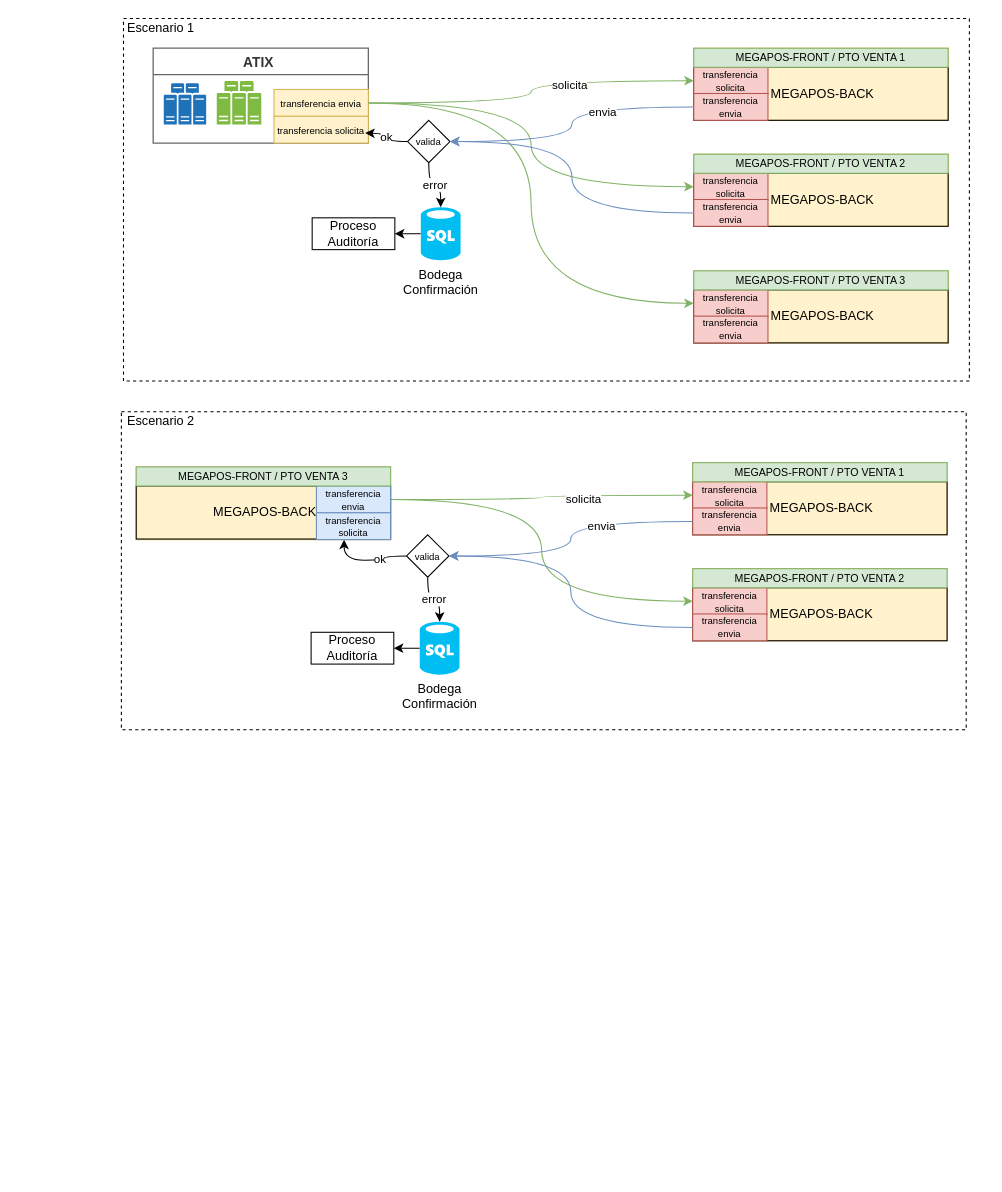
This is page "Transferencias" (7 of 7) of arquitectura-megaprofer.drawio from whuera/arquitectura-megaprofer, a draw.io file, before an edit. Source tidied: cells renumbered, new cells numbered last; positions are measured from the earlier drawing's top-left corner, leaving out a move shared by most shapes. Both pictures are drawn from the tidied source at 106%, with x=0, y=0 at pixel (121, 18).
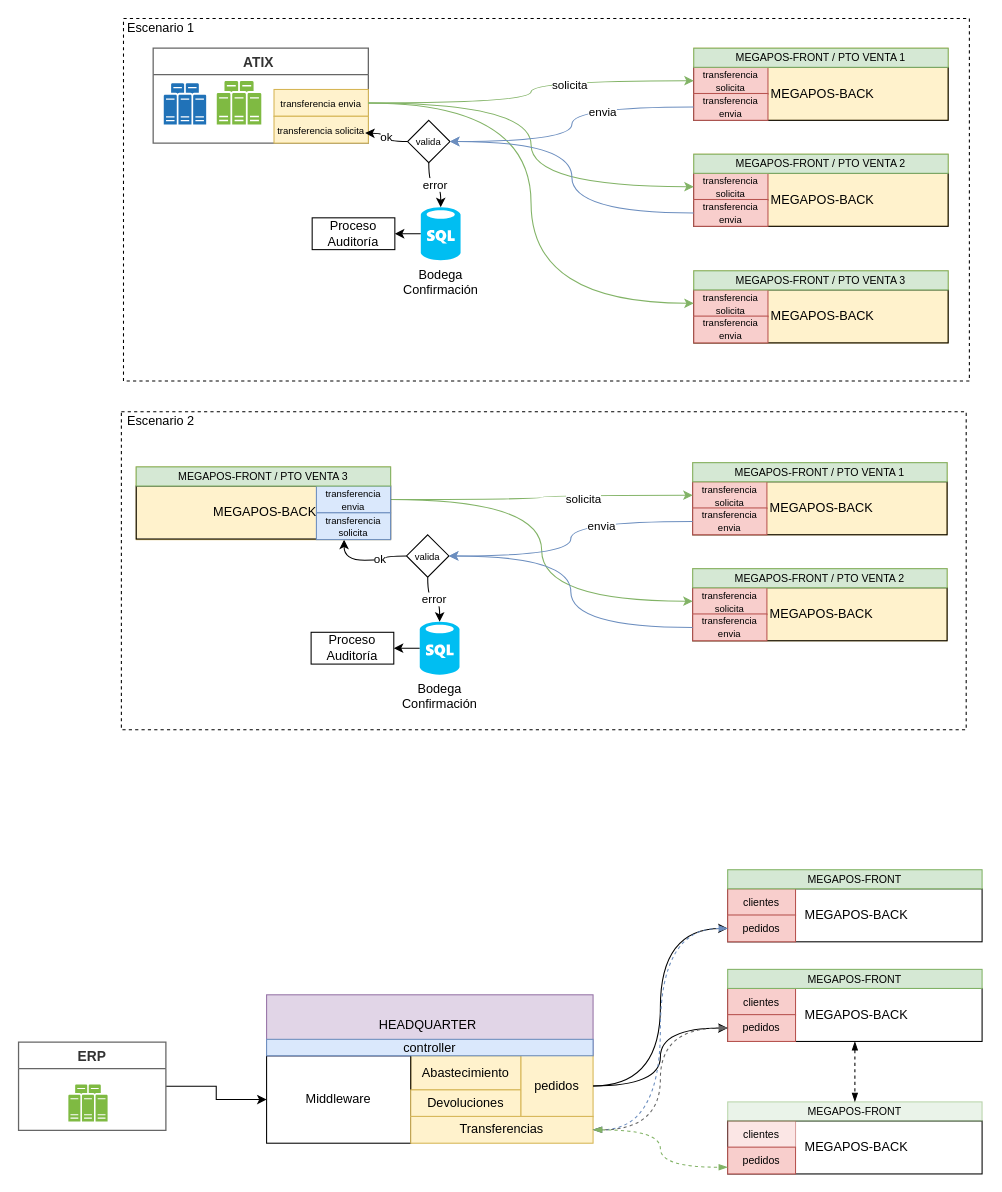
After the change.

What changed in the source:
```diff
@@
+    <mxCell id="82" style="group;" parent="1" vertex="1">
+      <mxGeometry x="572" y="803" width="240" height="162" as="geometry" />
+    </mxCell>
+    <mxCell id="83" style="group;" parent="82" vertex="1">
+      <mxGeometry width="240" height="162" as="geometry" />
+    </mxCell>
+    <mxCell id="84" style="group;" parent="83" vertex="1">
+      <mxGeometry width="240" height="162" as="geometry" />
+    </mxCell>
+    <mxCell id="85" value="&amp;nbsp;MEGAPOS-BACK" style="rounded=0;whiteSpace=wrap;html=1;fillColor=none;" parent="84" vertex="1">
+      <mxGeometry y="18" width="240" height="50" as="geometry" />
+    </mxCell>
+    <mxCell id="86" value="clientes" style="rounded=0;whiteSpace=wrap;html=1;fillColor=#f8cecc;strokeColor=#b85450;fontSize=10;" parent="84" vertex="1">
+      <mxGeometry y="18" width="64" height="25.3" as="geometry" />
+    </mxCell>
+    <mxCell id="87" value="pedidos" style="rounded=0;whiteSpace=wrap;html=1;fillColor=#f8cecc;strokeColor=#b85450;fontSize=10;" parent="84" vertex="1">
+      <mxGeometry y="42.7" width="64" height="25.3" as="geometry" />
+    </mxCell>
+    <mxCell id="88" value="MEGAPOS-FRONT" style="rounded=0;whiteSpace=wrap;html=1;strokeColor=#82b366;fillColor=#d5e8d4;fontSize=10;" parent="84" vertex="1">
+      <mxGeometry width="240" height="18" as="geometry" />
+    </mxCell>
+    <mxCell id="89" value="&amp;nbsp;MEGAPOS-BACK" style="rounded=0;whiteSpace=wrap;html=1;fillColor=none;" parent="84" vertex="1">
+      <mxGeometry y="112" width="240" height="50" as="geometry" />
+    </mxCell>
+    <mxCell id="90" value="clientes" style="rounded=0;whiteSpace=wrap;html=1;fillColor=#f8cecc;strokeColor=#b85450;fontSize=10;" parent="84" vertex="1">
+      <mxGeometry y="112" width="64" height="25.3" as="geometry" />
+    </mxCell>
+    <mxCell id="91" value="pedidos" style="rounded=0;whiteSpace=wrap;html=1;fillColor=#f8cecc;strokeColor=#b85450;fontSize=10;" parent="84" vertex="1">
+      <mxGeometry y="136.7" width="64" height="25.3" as="geometry" />
+    </mxCell>
+    <mxCell id="92" value="MEGAPOS-FRONT" style="rounded=0;whiteSpace=wrap;html=1;strokeColor=#82b366;fillColor=#d5e8d4;fontSize=10;" parent="84" vertex="1">
+      <mxGeometry y="94" width="240" height="18" as="geometry" />
+    </mxCell>
+    <mxCell id="93" style="group;" parent="1" vertex="1">
+      <mxGeometry x="119" y="921" width="326" height="140.3" as="geometry" />
+    </mxCell>
+    <mxCell id="94" style="group;" parent="93" vertex="1">
+      <mxGeometry width="326" height="140.3" as="geometry" />
+    </mxCell>
+    <mxCell id="95" style="group;" parent="94" vertex="1">
+      <mxGeometry width="326" height="140.3" as="geometry" />
+    </mxCell>
+    <mxCell id="96" style="group;" parent="95" vertex="1">
+      <mxGeometry width="326" height="140.3" as="geometry" />
+    </mxCell>
+    <mxCell id="97" style="group;" parent="96" vertex="1">
+      <mxGeometry width="326" height="140.3" as="geometry" />
+    </mxCell>
+    <mxCell id="98" style="group;" parent="97" vertex="1">
+      <mxGeometry width="326" height="140" as="geometry" />
+    </mxCell>
+    <mxCell id="99" style="group;" parent="98" vertex="1">
+      <mxGeometry x="18" width="308" height="140" as="geometry" />
+    </mxCell>
+    <mxCell id="100" value="HEADQUARTER&amp;nbsp;" style="rounded=0;whiteSpace=wrap;html=1;fillColor=#e1d5e7;strokeColor=#9673a6;" parent="99" vertex="1">
+      <mxGeometry width="308" height="57.5" as="geometry" />
+    </mxCell>
+    <mxCell id="101" value="Abastecimiento" style="rounded=0;whiteSpace=wrap;html=1;fillColor=#fff2cc;strokeColor=#d6b656;" parent="99" vertex="1">
+      <mxGeometry x="136" y="57.5" width="104" height="32.2" as="geometry" />
+    </mxCell>
+    <mxCell id="102" value="Middleware" style="rounded=0;whiteSpace=wrap;html=1;fillColor=none;" parent="99" vertex="1">
+      <mxGeometry y="57.5" width="136" height="82.5" as="geometry" />
+    </mxCell>
+    <mxCell id="103" value="Devoluciones" style="rounded=0;whiteSpace=wrap;html=1;fillColor=#fff2cc;strokeColor=#d6b656;" parent="99" vertex="1">
+      <mxGeometry x="136" y="89.7" width="104" height="25.3" as="geometry" />
+    </mxCell>
+    <mxCell id="104" value="pedidos" style="rounded=0;whiteSpace=wrap;html=1;fillColor=#fff2cc;strokeColor=#d6b656;" parent="99" vertex="1">
+      <mxGeometry x="240" y="57" width="68" height="58" as="geometry" />
+    </mxCell>
+    <mxCell id="105" value="controller" style="rounded=0;whiteSpace=wrap;html=1;fillColor=#dae8fc;strokeColor=#6c8ebf;" parent="99" vertex="1">
+      <mxGeometry y="42" width="308" height="15.5" as="geometry" />
+    </mxCell>
+    <mxCell id="106" value="Transferencias" style="rounded=0;whiteSpace=wrap;html=1;fillColor=#fff2cc;strokeColor=#d6b656;" parent="99" vertex="1">
+      <mxGeometry x="136" y="114.7" width="172" height="25.3" as="geometry" />
+    </mxCell>
+    <mxCell id="107" style="edgeStyle=orthogonalEdgeStyle;rounded=0;jettySize=auto;html=1;" parent="1" edge="1" source="108" target="102">
+      <mxGeometry relative="1" as="geometry" />
+    </mxCell>
+    <mxCell id="108" value="ERP" style="shape=swimlane;startSize=25;fontSize=13;fontColor=#333333;fontStyle=1;align=center;strokeColor=#666666;strokeOpacity=100;fillOpacity=100;rotation=0;fillColor=#ffffff;strokeWidth=1.2;" parent="1" vertex="1">
+      <mxGeometry x="-97" y="965.6" width="139" height="83.2" as="geometry" />
+    </mxCell>
+    <mxCell id="109" style="shadow=0;dashed=0;html=1;strokeColor=none;fillColor=#505050;labelPosition=center;verticalLabelPosition=bottom;verticalAlign=top;align=center;shape=mxgraph.office.servers.server_farm;fillColor=#7FBA42;" parent="108" vertex="1">
+      <mxGeometry x="47" y="40" width="37" height="35" as="geometry" />
+    </mxCell>
+    <mxCell id="110" style="edgeStyle=orthogonalEdgeStyle;rounded=0;jettySize=auto;html=1;entryX=0;entryY=0.5;entryDx=0;entryDy=0;curved=1;" parent="1" edge="1" source="104" target="87">
+      <mxGeometry relative="1" as="geometry" />
+    </mxCell>
+    <mxCell id="111" style="edgeStyle=orthogonalEdgeStyle;rounded=0;jettySize=auto;html=1;entryX=0;entryY=0.5;entryDx=0;entryDy=0;curved=1;" parent="1" edge="1" source="104" target="91">
+      <mxGeometry relative="1" as="geometry" />
+    </mxCell>
+    <mxCell id="112" style="group;opacity=30;" parent="1" vertex="1">
+      <mxGeometry x="572" y="1022" width="240" height="68" as="geometry" />
+    </mxCell>
+    <mxCell id="113" style="group;opacity=50;" parent="112" vertex="1">
+      <mxGeometry width="240" height="68" as="geometry" />
+    </mxCell>
+    <mxCell id="114" style="group;" parent="113" vertex="1">
+      <mxGeometry width="240" height="68" as="geometry" />
+    </mxCell>
+    <mxCell id="115" value="&amp;nbsp;MEGAPOS-BACK" style="rounded=0;whiteSpace=wrap;html=1;fillColor=none;" parent="114" vertex="1">
+      <mxGeometry y="18" width="240" height="50" as="geometry" />
+    </mxCell>
+    <mxCell id="116" value="clientes" style="rounded=0;whiteSpace=wrap;html=1;fillColor=#f8cecc;strokeColor=#b85450;fontSize=10;opacity=50;" parent="114" vertex="1">
+      <mxGeometry y="18" width="64" height="25.3" as="geometry" />
+    </mxCell>
+    <mxCell id="117" value="pedidos" style="rounded=0;whiteSpace=wrap;html=1;fillColor=#f8cecc;strokeColor=#b85450;fontSize=10;" parent="114" vertex="1">
+      <mxGeometry y="42.7" width="64" height="25.3" as="geometry" />
+    </mxCell>
+    <mxCell id="118" value="MEGAPOS-FRONT" style="rounded=0;whiteSpace=wrap;html=1;strokeColor=#82b366;fillColor=#d5e8d4;fontSize=10;opacity=50;" parent="114" vertex="1">
+      <mxGeometry width="240" height="18" as="geometry" />
+    </mxCell>
+    <mxCell id="119" style="edgeStyle=orthogonalEdgeStyle;rounded=0;jettySize=auto;html=1;dashed=1;endArrow=blockThin;endFill=1;startArrow=blockThin;startFill=1;" parent="1" edge="1" source="89" target="118">
+      <mxGeometry relative="1" as="geometry" />
+    </mxCell>
+    <mxCell id="120" style="edgeStyle=orthogonalEdgeStyle;curved=1;rounded=0;jettySize=auto;html=1;entryX=1;entryY=0.5;entryDx=0;entryDy=0;dashed=1;startArrow=blockThin;startFill=1;endArrow=blockThin;endFill=1;fillColor=#dae8fc;strokeColor=#6c8ebf;" parent="1" edge="1" source="87" target="106">
+      <mxGeometry relative="1" as="geometry" />
+    </mxCell>
+    <mxCell id="121" style="edgeStyle=orthogonalEdgeStyle;curved=1;rounded=0;jettySize=auto;html=1;entryX=1;entryY=0.5;entryDx=0;entryDy=0;dashed=1;startArrow=blockThin;startFill=1;endArrow=blockThin;endFill=1;fillColor=#f5f5f5;strokeColor=#666666;" parent="1" edge="1" source="91" target="106">
+      <mxGeometry relative="1" as="geometry" />
+    </mxCell>
+    <mxCell id="122" style="edgeStyle=orthogonalEdgeStyle;curved=1;rounded=0;jettySize=auto;html=1;entryX=0;entryY=0.75;entryDx=0;entryDy=0;dashed=1;startArrow=blockThin;startFill=1;endArrow=blockThin;endFill=1;fillColor=#d5e8d4;strokeColor=#82b366;" parent="1" edge="1" source="106" target="117">
+      <mxGeometry relative="1" as="geometry" />
+    </mxCell>
```
